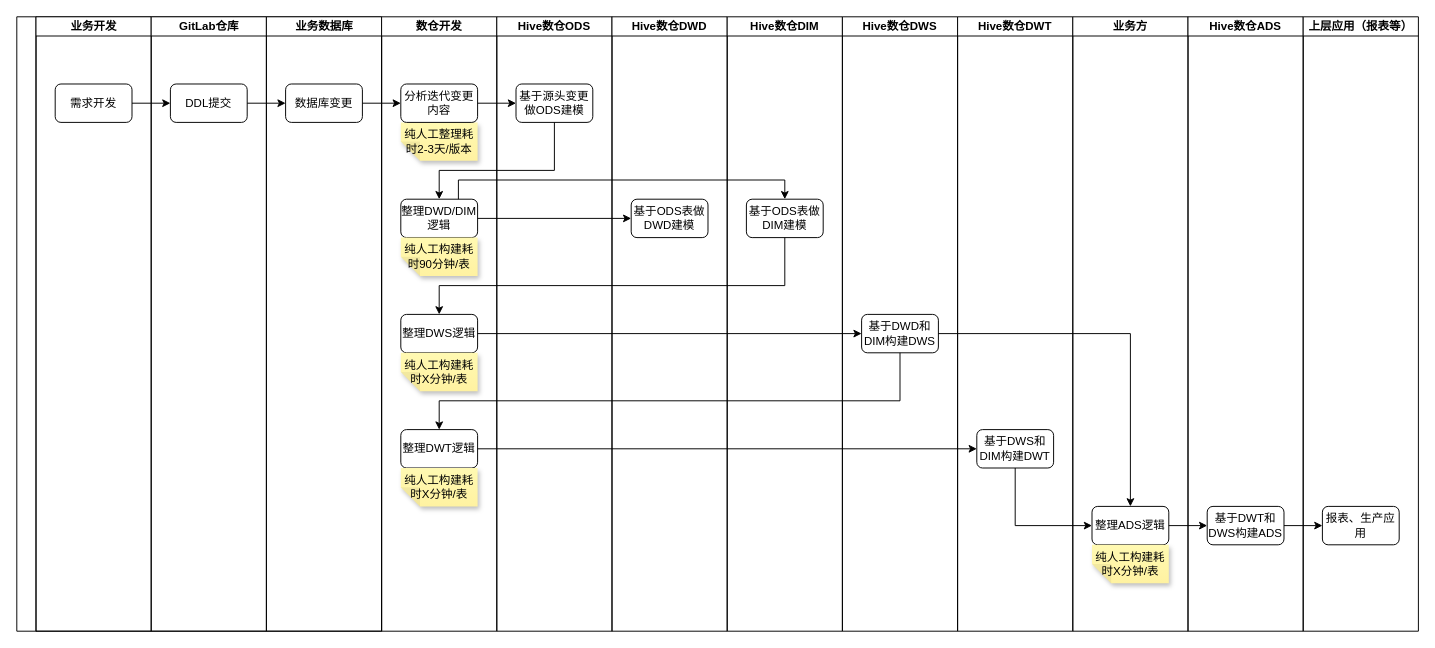
The draw.io diagram page "业务现状分析" (1 of 2) of biz_flow/智能建模业务流程图.drawio in hlld3344/diagrams, before the edit. Source tidied: cells renumbered, new cells numbered last; positions are measured from the earlier drawing's top-left corner, leaving out a move shared by most shapes. Both pictures are drawn from the tidied source at 96%, with x=0, y=0 at pixel (16, 16).
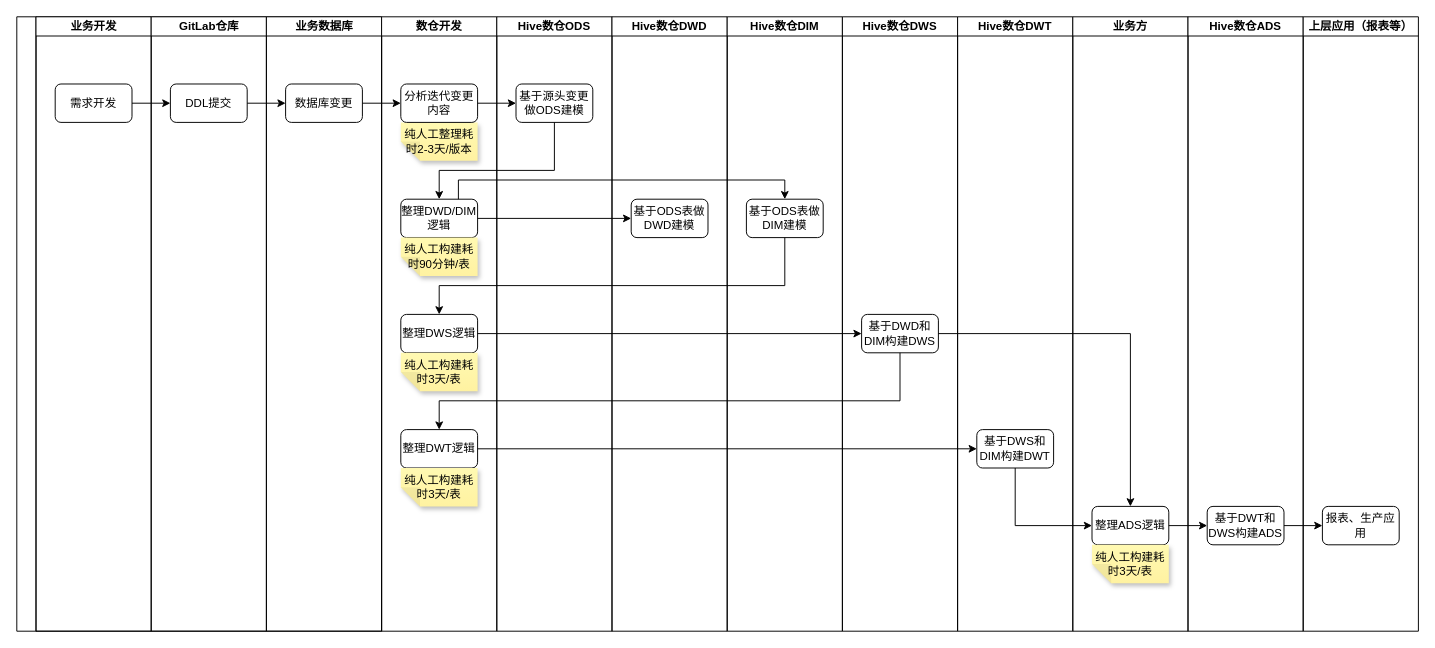
After the change.

Commit message:
更新智能建模业务流程图.drawio

Unchanged cells that the change refers to:
```xml
<mxCell id="7" value="数仓开发" style="swimlane;startSize=20;whiteSpace=wrap;html=1;" parent="2" vertex="1">
  <mxGeometry x="380" width="120" height="640" as="geometry" />
</mxCell>
<mxCell id="36" value="业务方" style="swimlane;startSize=20;whiteSpace=wrap;html=1;" parent="2" vertex="1">
  <mxGeometry x="1100" width="120" height="640" as="geometry" />
</mxCell>
```

Change to the diagram source:
```diff
@@
-    <mxCell id="12" value="纯人工构建耗时X分钟/表" style="shape=note;whiteSpace=wrap;html=1;backgroundOutline=1;fontColor=#000000;darkOpacity=0.05;fillColor=#FFF9B2;strokeColor=none;fillStyle=solid;direction=west;gradientDirection=north;gradientColor=#FFF2A1;shadow=1;size=20;" parent="7" vertex="1">
+    <mxCell id="12" value="纯人工构建耗时3天/表" style="shape=note;whiteSpace=wrap;html=1;backgroundOutline=1;fontColor=#000000;darkOpacity=0.05;fillColor=#FFF9B2;strokeColor=none;fillStyle=solid;direction=west;gradientDirection=north;gradientColor=#FFF2A1;shadow=1;size=20;" parent="7" vertex="1">
       <mxGeometry x="20" y="350" width="80" height="40" as="geometry" />
     </mxCell>
-    <mxCell id="13" value="纯人工构建耗时X分钟/表" style="shape=note;whiteSpace=wrap;html=1;backgroundOutline=1;fontColor=#000000;darkOpacity=0.05;fillColor=#FFF9B2;strokeColor=none;fillStyle=solid;direction=west;gradientDirection=north;gradientColor=#FFF2A1;shadow=1;size=20;" parent="7" vertex="1">
+    <mxCell id="13" value="纯人工构建耗时3天/表" style="shape=note;whiteSpace=wrap;html=1;backgroundOutline=1;fontColor=#000000;darkOpacity=0.05;fillColor=#FFF9B2;strokeColor=none;fillStyle=solid;direction=west;gradientDirection=north;gradientColor=#FFF2A1;shadow=1;size=20;" parent="7" vertex="1">
       <mxGeometry x="20" y="470" width="80" height="40" as="geometry" />
     </mxCell>
@@
-    <mxCell id="38" value="纯人工构建耗时X分钟/表" style="shape=note;whiteSpace=wrap;html=1;backgroundOutline=1;fontColor=#000000;darkOpacity=0.05;fillColor=#FFF9B2;strokeColor=none;fillStyle=solid;direction=west;gradientDirection=north;gradientColor=#FFF2A1;shadow=1;size=20;" parent="36" vertex="1">
+    <mxCell id="38" value="纯人工构建耗时3天/表" style="shape=note;whiteSpace=wrap;html=1;backgroundOutline=1;fontColor=#000000;darkOpacity=0.05;fillColor=#FFF9B2;strokeColor=none;fillStyle=solid;direction=west;gradientDirection=north;gradientColor=#FFF2A1;shadow=1;size=20;" parent="36" vertex="1">
       <mxGeometry x="20" y="550" width="80" height="40" as="geometry" />
     </mxCell>
```
